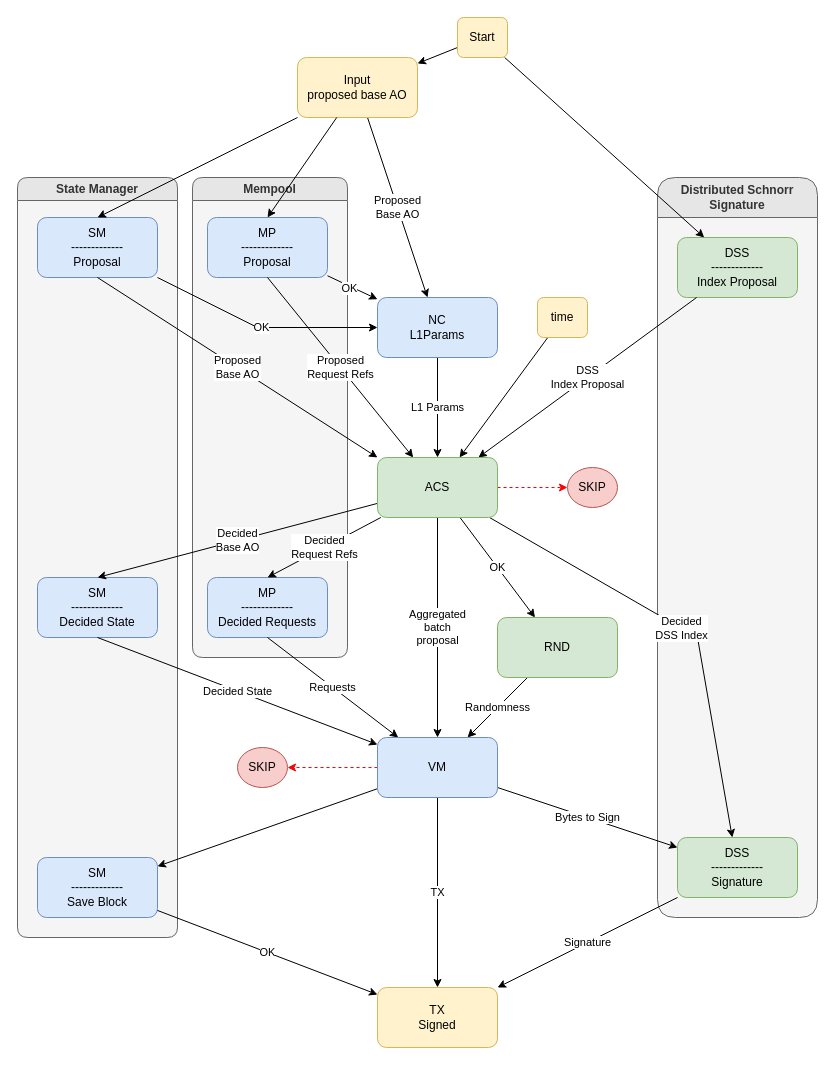
Above: packages/chain/cons/WaspConsensusInstance.drawio in iotaledger/wasp (draw.io), before the change. Source tidied: cells renumbered, new cells numbered last; positions are measured from the earlier drawing's top-left corner, leaving out a move shared by most shapes. Both pictures are drawn from the tidied source at 100%, with x=0, y=0 at pixel (17, 17).
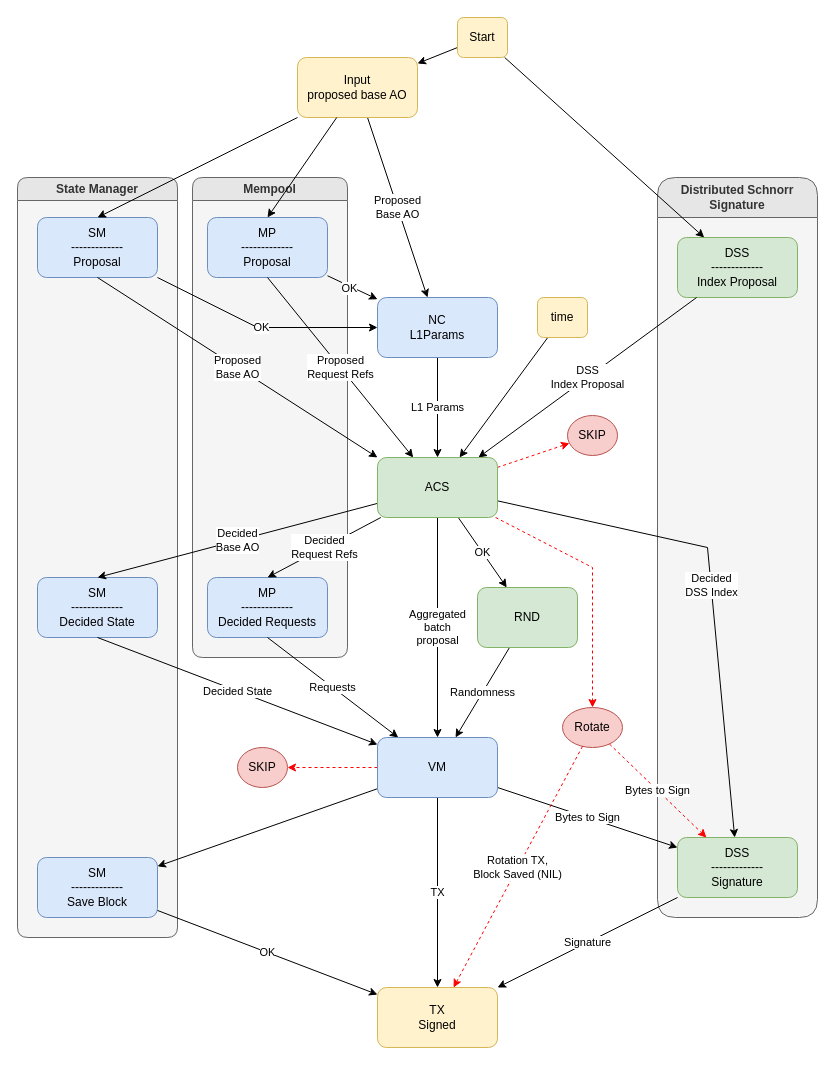
After the change.

Commit message (it also covers changes not shown here):
Rotation implemented in consensus / chain.

The change refers to these unchanged cells:
```xml
<mxCell id="4" value="DSS&lt;div&gt;-------------&lt;br&gt;&lt;div&gt;Signature&lt;/div&gt;&lt;/div&gt;" style="rounded=1;whiteSpace=wrap;html=1;fillColor=#d5e8d4;strokeColor=#82b366;" parent="2" vertex="1">
  <mxGeometry x="20" y="660" width="120" height="60" as="geometry" />
</mxCell>
<mxCell id="26" value="ACS" style="rounded=1;whiteSpace=wrap;html=1;fillColor=#d5e8d4;strokeColor=#82b366;" parent="1" vertex="1">
  <mxGeometry x="360" y="440" width="120" height="60" as="geometry" />
</mxCell>
<mxCell id="43" value="TX&lt;div&gt;Signed&lt;/div&gt;" style="rounded=1;whiteSpace=wrap;html=1;fillColor=#fff2cc;strokeColor=#d6b656;" parent="1" vertex="1">
  <mxGeometry x="360" y="970" width="120" height="60" as="geometry" />
</mxCell>
```

Diff of the diagram source:
```diff
@@
     <mxCell id="25" value="Decided&lt;div&gt;DSS Index&lt;/div&gt;" style="rounded=0;jettySize=auto;html=1;" parent="1" edge="1" source="26" target="4">
       <mxGeometry relative="1" as="geometry">
         <Array as="points">
-          <mxPoint x="680" y="620" />
+          <mxPoint x="690" y="530" />
         </Array>
       </mxGeometry>
     </mxCell>
@@
     <mxCell id="31" value="SKIP" style="ellipse;whiteSpace=wrap;html=1;strokeColor=#b85450;fillColor=#f8cecc;" parent="1" vertex="1">
-      <mxGeometry x="550" y="450" width="50" height="40" as="geometry" />
+      <mxGeometry x="550" y="398" width="50" height="40" as="geometry" />
     </mxCell>
@@
     <mxCell id="35" value="RND" style="rounded=1;whiteSpace=wrap;html=1;fillColor=#d5e8d4;strokeColor=#82b366;" parent="1" vertex="1">
-      <mxGeometry x="480" y="600" width="120" height="60" as="geometry" />
+      <mxGeometry x="460" y="570" width="100" height="60" as="geometry" />
     </mxCell>
@@
+    <mxCell id="50" style="rounded=0;jettySize=auto;html=1;strokeColor=light-dark(#ff0000, #ededed);dashed=1;" parent="1" edge="1" source="26" target="51">
+      <mxGeometry relative="1" as="geometry">
+        <Array as="points">
+          <mxPoint x="575" y="550" />
+        </Array>
+      </mxGeometry>
+    </mxCell>
+    <mxCell id="51" value="Rotate" style="ellipse;whiteSpace=wrap;html=1;strokeColor=#b85450;fillColor=#f8cecc;" parent="1" vertex="1">
+      <mxGeometry x="545" y="690" width="60" height="40" as="geometry" />
+    </mxCell>
+    <mxCell id="52" value="Rotation TX,&lt;br&gt;Block Saved (NIL)" style="rounded=0;jettySize=auto;html=1;strokeColor=light-dark(#ff0000, #ededed);dashed=1;" parent="1" edge="1" source="51" target="43">
+      <mxGeometry relative="1" as="geometry" />
+    </mxCell>
+    <mxCell id="53" value="Bytes to Sign" style="rounded=0;jettySize=auto;html=1;strokeColor=light-dark(#ff0000, #ededed);dashed=1;" parent="1" edge="1" source="51" target="4">
+      <mxGeometry relative="1" as="geometry" />
+    </mxCell>
```
